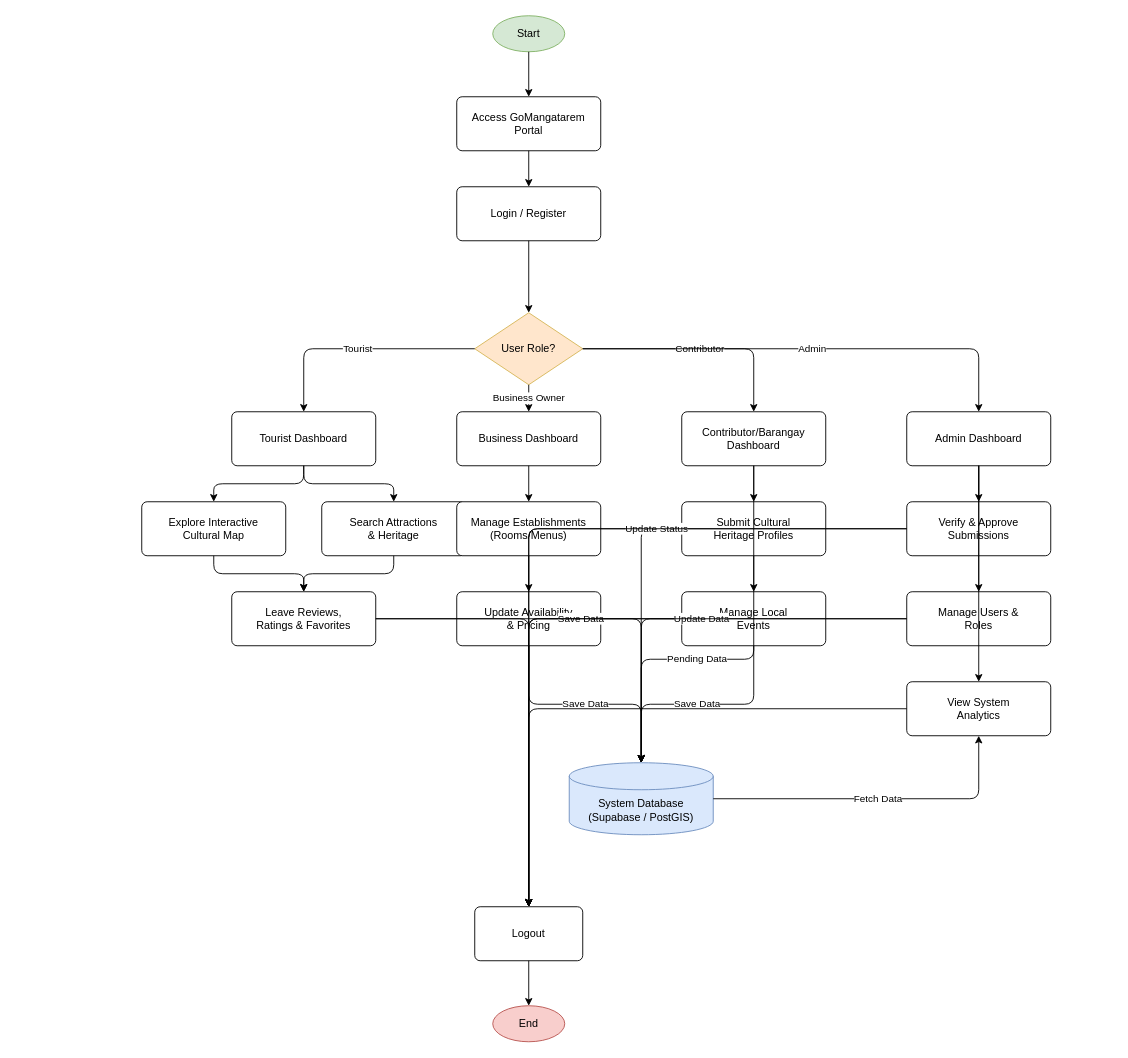
Before: docs/diagrams/flowchart/proposed_system_flowchart.drawio in jemhakdog/Interactive-Digital-Cultural-Map-and-Local-Tourism-Information-system-for-Mangatarem--Pangasinan, a draw.io diagram. Source tidied: cells renumbered, new cells numbered last; positions are measured from the earlier drawing's top-left corner, leaving out a move shared by most shapes. Both pictures are drawn from the tidied source at 90%, with x=0, y=0 at pixel (141, 15).
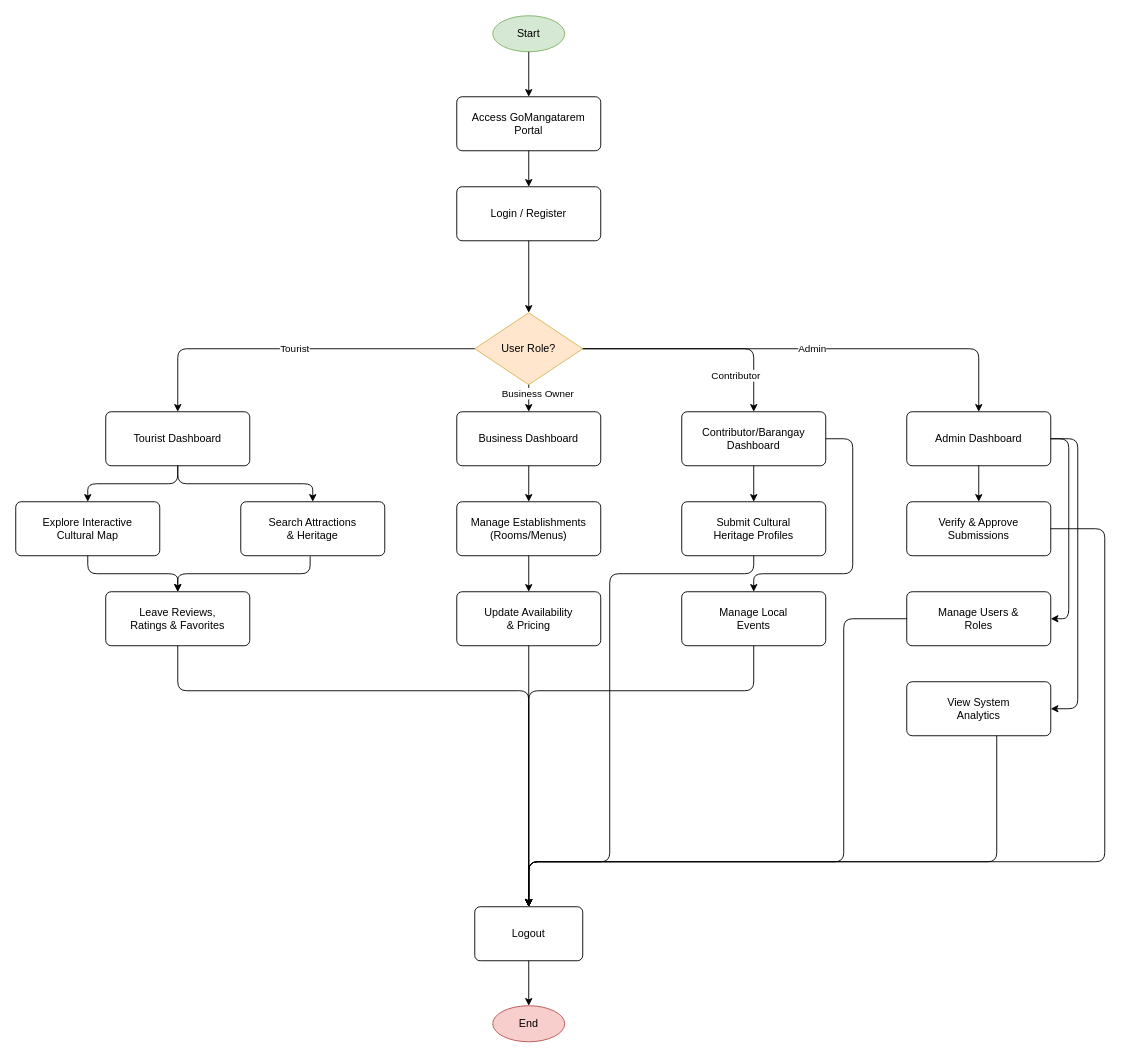
Above is the later version.

The change refers to these unchanged cells:
```xml
<mxCell id="5" value="User Role?" style="rhombus;whiteSpace=wrap;html=1;fillColor=#FFE6CC;strokeColor=#D6B656;" parent="1" vertex="1">
  <mxGeometry x="370" y="330" width="120" height="80" as="geometry" />
</mxCell>
<mxCell id="10" value="Business Dashboard" style="rounded=1;whiteSpace=wrap;html=1;fillColor=#FFFFFF;strokeColor=#000000;arcSize=10;" parent="1" vertex="1">
  <mxGeometry x="350" y="440" width="160" height="60" as="geometry" />
</mxCell>
<mxCell id="12" value="Update Availability&#10;&amp; Pricing" style="rounded=1;whiteSpace=wrap;html=1;fillColor=#FFFFFF;strokeColor=#000000;arcSize=10;" parent="1" vertex="1">
  <mxGeometry x="350" y="640" width="160" height="60" as="geometry" />
</mxCell>
<mxCell id="13" value="Contributor/Barangay&#10;Dashboard" style="rounded=1;whiteSpace=wrap;html=1;fillColor=#FFFFFF;strokeColor=#000000;arcSize=10;" parent="1" vertex="1">
  <mxGeometry x="600" y="440" width="160" height="60" as="geometry" />
</mxCell>
<mxCell id="14" value="Submit Cultural&#10;Heritage Profiles" style="rounded=1;whiteSpace=wrap;html=1;fillColor=#FFFFFF;strokeColor=#000000;arcSize=10;" parent="1" vertex="1">
  <mxGeometry x="600" y="540" width="160" height="60" as="geometry" />
</mxCell>
<mxCell id="15" value="Manage Local&#10;Events" style="rounded=1;whiteSpace=wrap;html=1;fillColor=#FFFFFF;strokeColor=#000000;arcSize=10;" parent="1" vertex="1">
  <mxGeometry x="600" y="640" width="160" height="60" as="geometry" />
</mxCell>
<mxCell id="16" value="Admin Dashboard" style="rounded=1;whiteSpace=wrap;html=1;fillColor=#FFFFFF;strokeColor=#000000;arcSize=10;" parent="1" vertex="1">
  <mxGeometry x="850" y="440" width="160" height="60" as="geometry" />
</mxCell>
<mxCell id="17" value="Verify &amp; Approve&#10;Submissions" style="rounded=1;whiteSpace=wrap;html=1;fillColor=#FFFFFF;strokeColor=#000000;arcSize=10;" parent="1" vertex="1">
  <mxGeometry x="850" y="540" width="160" height="60" as="geometry" />
</mxCell>
<mxCell id="18" value="Manage Users &amp;&#10;Roles" style="rounded=1;whiteSpace=wrap;html=1;fillColor=#FFFFFF;strokeColor=#000000;arcSize=10;" parent="1" vertex="1">
  <mxGeometry x="850" y="640" width="160" height="60" as="geometry" />
</mxCell>
<mxCell id="19" value="View System&#10;Analytics" style="rounded=1;whiteSpace=wrap;html=1;fillColor=#FFFFFF;strokeColor=#000000;arcSize=10;" parent="1" vertex="1">
  <mxGeometry x="850" y="740" width="160" height="60" as="geometry" />
</mxCell>
<mxCell id="21" value="Logout" style="rounded=1;whiteSpace=wrap;html=1;fillColor=#FFFFFF;strokeColor=#000000;arcSize=10;" parent="1" vertex="1">
  <mxGeometry x="370" y="990" width="120" height="60" as="geometry" />
</mxCell>
```

What changed in the source:
```diff
@@
     <mxCell id="6" value="Tourist Dashboard" style="rounded=1;whiteSpace=wrap;html=1;fillColor=#FFFFFF;strokeColor=#000000;arcSize=10;" parent="1" vertex="1">
-      <mxGeometry x="100" y="440" width="160" height="60" as="geometry" />
+      <mxGeometry x="-40" y="440" width="160" height="60" as="geometry" />
     </mxCell>
     <mxCell id="7" value="Explore Interactive&#10;Cultural Map" style="rounded=1;whiteSpace=wrap;html=1;fillColor=#FFFFFF;strokeColor=#000000;arcSize=10;" parent="1" vertex="1">
-      <mxGeometry y="540" width="160" height="60" as="geometry" />
+      <mxGeometry x="-140" y="540" width="160" height="60" as="geometry" />
     </mxCell>
     <mxCell id="8" value="Search Attractions&#10;&amp; Heritage" style="rounded=1;whiteSpace=wrap;html=1;fillColor=#FFFFFF;strokeColor=#000000;arcSize=10;" parent="1" vertex="1">
-      <mxGeometry x="200" y="540" width="160" height="60" as="geometry" />
+      <mxGeometry x="110" y="540" width="160" height="60" as="geometry" />
     </mxCell>
     <mxCell id="9" value="Leave Reviews,&#10;Ratings &amp; Favorites" style="rounded=1;whiteSpace=wrap;html=1;fillColor=#FFFFFF;strokeColor=#000000;arcSize=10;" parent="1" vertex="1">
-      <mxGeometry x="100" y="640" width="160" height="60" as="geometry" />
+      <mxGeometry x="-40" y="640" width="160" height="60" as="geometry" />
     </mxCell>
@@
-    <mxCell id="20" value="System Database&#10;(Supabase / PostGIS)" style="shape=cylinder3;whiteSpace=wrap;html=1;boundedLbl=1;backgroundOutline=1;size=15;fillColor=#DAE8FC;strokeColor=#6c8ebf;" parent="1" vertex="1">
-      <mxGeometry x="475" y="830" width="160" height="80" as="geometry" />
-    </mxCell>
@@
-    <mxCell id="28" style="edgeStyle=orthogonalEdgeStyle;rounded=1;jettySize=auto;html=1;strokeColor=#000000;" parent="1" edge="1" source="6" target="8">
+    <mxCell id="28" style="edgeStyle=orthogonalEdgeStyle;rounded=1;jettySize=auto;html=1;strokeColor=#000000;entryX=0.5;entryY=0;entryDx=0;entryDy=0;" parent="1" edge="1" source="6" target="8">
       <mxGeometry relative="1" as="geometry" />
     </mxCell>
@@
-    <mxCell id="30" style="edgeStyle=orthogonalEdgeStyle;rounded=1;jettySize=auto;html=1;strokeColor=#000000;" parent="1" edge="1" source="8" target="9">
-      <mxGeometry relative="1" as="geometry" />
+    <mxCell id="30" style="edgeStyle=orthogonalEdgeStyle;rounded=1;jettySize=auto;html=1;strokeColor=#000000;exitX=0.482;exitY=1.01;exitDx=0;exitDy=0;exitPerimeter=0;" parent="1" edge="1" source="8" target="9">
+      <mxGeometry relative="1" as="geometry">
+        <Array as="points">
+          <mxPoint x="187" y="620" />
+          <mxPoint x="40" y="620" />
+        </Array>
+      </mxGeometry>
     </mxCell>
-    <mxCell id="31" value="Save Data" style="edgeStyle=orthogonalEdgeStyle;rounded=1;jettySize=auto;html=1;strokeColor=#000000;" parent="1" edge="1" source="9" target="20">
-      <mxGeometry relative="1" as="geometry" />
-    </mxCell>
     <mxCell id="32" style="edgeStyle=orthogonalEdgeStyle;rounded=1;jettySize=auto;html=1;strokeColor=#000000;" parent="1" edge="1" source="9" target="21">
-      <mxGeometry relative="1" as="geometry" />
+      <mxGeometry relative="1" as="geometry">
+        <Array as="points">
+          <mxPoint x="40" y="750" />
+          <mxPoint x="430" y="750" />
+        </Array>
+      </mxGeometry>
     </mxCell>
     <mxCell id="33" value="Business Owner" style="edgeStyle=orthogonalEdgeStyle;rounded=1;jettySize=auto;html=1;strokeColor=#000000;" parent="1" edge="1" source="5" target="10">
-      <mxGeometry relative="1" as="geometry" />
+      <mxGeometry x="0.2" y="10" relative="1" as="geometry" />
     </mxCell>
@@
-    <mxCell id="36" value="Save Data" style="edgeStyle=orthogonalEdgeStyle;rounded=1;jettySize=auto;html=1;strokeColor=#000000;" parent="1" edge="1" source="12" target="20">
-      <mxGeometry relative="1" as="geometry" />
-    </mxCell>
@@
     <mxCell id="38" value="Contributor" style="edgeStyle=orthogonalEdgeStyle;rounded=1;jettySize=auto;html=1;strokeColor=#000000;" parent="1" edge="1" source="5" target="13">
-      <mxGeometry relative="1" as="geometry" />
+      <mxGeometry x="0.69" y="-20" relative="1" as="geometry" />
     </mxCell>
@@
-    <mxCell id="40" style="edgeStyle=orthogonalEdgeStyle;rounded=1;jettySize=auto;html=1;strokeColor=#000000;" parent="1" edge="1" source="13" target="15">
-      <mxGeometry relative="1" as="geometry" />
+    <mxCell id="40" style="edgeStyle=orthogonalEdgeStyle;rounded=1;jettySize=auto;html=1;strokeColor=#000000;entryX=0.5;entryY=0;entryDx=0;entryDy=0;" parent="1" edge="1" source="13" target="15">
+      <mxGeometry relative="1" as="geometry">
+        <Array as="points">
+          <mxPoint x="790" y="470" />
+          <mxPoint x="790" y="620" />
+          <mxPoint x="680" y="620" />
+        </Array>
+      </mxGeometry>
     </mxCell>
-    <mxCell id="41" value="Pending Data" style="edgeStyle=orthogonalEdgeStyle;rounded=1;jettySize=auto;html=1;strokeColor=#000000;" parent="1" edge="1" source="14" target="20">
-      <mxGeometry relative="1" as="geometry" />
-    </mxCell>
-    <mxCell id="42" value="Save Data" style="edgeStyle=orthogonalEdgeStyle;rounded=1;jettySize=auto;html=1;strokeColor=#000000;" parent="1" edge="1" source="15" target="20">
-      <mxGeometry relative="1" as="geometry" />
-    </mxCell>
-    <mxCell id="43" style="edgeStyle=orthogonalEdgeStyle;rounded=1;jettySize=auto;html=1;strokeColor=#000000;" parent="1" edge="1" source="14" target="21">
-      <mxGeometry relative="1" as="geometry" />
+    <mxCell id="43" style="edgeStyle=orthogonalEdgeStyle;rounded=1;jettySize=auto;html=1;strokeColor=#000000;" parent="1" edge="1" source="14">
+      <mxGeometry relative="1" as="geometry">
+        <mxPoint x="430" y="990" as="targetPoint" />
+        <Array as="points">
+          <mxPoint x="680" y="620" />
+          <mxPoint x="520" y="620" />
+          <mxPoint x="520" y="940" />
+          <mxPoint x="430" y="940" />
+        </Array>
+      </mxGeometry>
     </mxCell>
     <mxCell id="44" style="edgeStyle=orthogonalEdgeStyle;rounded=1;jettySize=auto;html=1;strokeColor=#000000;" parent="1" edge="1" source="15" target="21">
-      <mxGeometry relative="1" as="geometry" />
+      <mxGeometry relative="1" as="geometry">
+        <Array as="points">
+          <mxPoint x="680" y="750" />
+          <mxPoint x="430" y="750" />
+        </Array>
+      </mxGeometry>
     </mxCell>
@@
     <mxCell id="47" style="edgeStyle=orthogonalEdgeStyle;rounded=1;jettySize=auto;html=1;strokeColor=#000000;" parent="1" edge="1" source="16" target="18">
-      <mxGeometry relative="1" as="geometry" />
+      <mxGeometry relative="1" as="geometry">
+        <Array as="points">
+          <mxPoint x="1030" y="470" />
+          <mxPoint x="1030" y="670" />
+        </Array>
+      </mxGeometry>
     </mxCell>
     <mxCell id="48" style="edgeStyle=orthogonalEdgeStyle;rounded=1;jettySize=auto;html=1;strokeColor=#000000;" parent="1" edge="1" source="16" target="19">
-      <mxGeometry relative="1" as="geometry" />
+      <mxGeometry relative="1" as="geometry">
+        <Array as="points">
+          <mxPoint x="1040" y="470" />
+          <mxPoint x="1040" y="770" />
+        </Array>
+      </mxGeometry>
     </mxCell>
-    <mxCell id="49" value="Update Status" style="edgeStyle=orthogonalEdgeStyle;rounded=1;jettySize=auto;html=1;strokeColor=#000000;" parent="1" edge="1" source="17" target="20">
-      <mxGeometry relative="1" as="geometry" />
-    </mxCell>
-    <mxCell id="50" value="Update Data" style="edgeStyle=orthogonalEdgeStyle;rounded=1;jettySize=auto;html=1;strokeColor=#000000;" parent="1" edge="1" source="18" target="20">
-      <mxGeometry relative="1" as="geometry" />
-    </mxCell>
-    <mxCell id="51" value="Fetch Data" style="edgeStyle=orthogonalEdgeStyle;rounded=1;jettySize=auto;html=1;strokeColor=#000000;" parent="1" edge="1" source="20" target="19">
-      <mxGeometry relative="1" as="geometry" />
-    </mxCell>
     <mxCell id="52" style="edgeStyle=orthogonalEdgeStyle;rounded=1;jettySize=auto;html=1;strokeColor=#000000;" parent="1" edge="1" source="17" target="21">
-      <mxGeometry relative="1" as="geometry" />
+      <mxGeometry relative="1" as="geometry">
+        <Array as="points">
+          <mxPoint x="1070" y="570" />
+          <mxPoint x="1070" y="940" />
+          <mxPoint x="430" y="940" />
+        </Array>
+      </mxGeometry>
     </mxCell>
     <mxCell id="53" style="edgeStyle=orthogonalEdgeStyle;rounded=1;jettySize=auto;html=1;strokeColor=#000000;" parent="1" edge="1" source="18" target="21">
-      <mxGeometry relative="1" as="geometry" />
+      <mxGeometry relative="1" as="geometry">
+        <Array as="points">
+          <mxPoint x="780" y="670" />
+          <mxPoint x="780" y="940" />
+          <mxPoint x="430" y="940" />
+        </Array>
+      </mxGeometry>
     </mxCell>
     <mxCell id="54" style="edgeStyle=orthogonalEdgeStyle;rounded=1;jettySize=auto;html=1;strokeColor=#000000;" parent="1" edge="1" source="19" target="21">
-      <mxGeometry relative="1" as="geometry" />
+      <mxGeometry relative="1" as="geometry">
+        <Array as="points">
+          <mxPoint x="950" y="940" />
+          <mxPoint x="430" y="940" />
+        </Array>
+      </mxGeometry>
     </mxCell>
```
